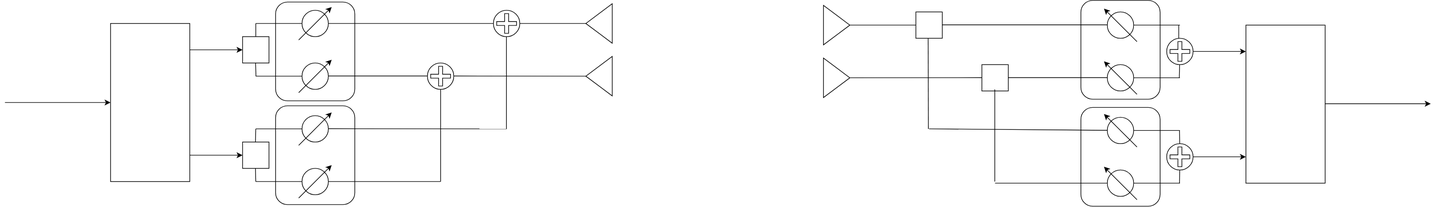
Before: MIMO/ブロック図.drawio.svg, a diagram exported from draw.io (ryoww/seminar). Source tidied: cells renumbered, new cells last; positions are measured from the earlier drawing's top-left corner, leaving out a move shared by most shapes.
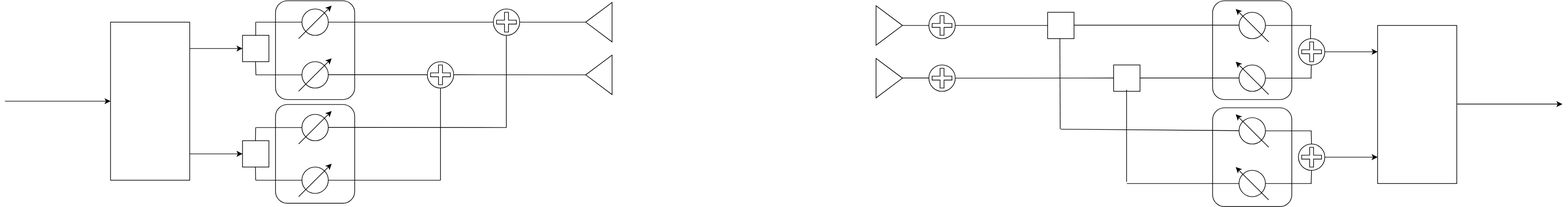
After the change.

Diff of the diagram source:
```diff
@@ -9,10 +9,10 @@
       <mxGeometry x="410" y="2.5" width="120" height="150" as="geometry" />
     </mxCell>
     <mxCell id="4" style="rounded=1;whiteSpace=wrap;html=1;" parent="1" vertex="1">
-      <mxGeometry x="1630" y="162.5" width="120" height="150" as="geometry" />
+      <mxGeometry x="1830" y="165" width="120" height="150" as="geometry" />
     </mxCell>
     <mxCell id="5" style="rounded=1;whiteSpace=wrap;html=1;" parent="1" vertex="1">
-      <mxGeometry x="1630" width="120" height="150" as="geometry" />
+      <mxGeometry x="1830" y="2.5" width="120" height="150" as="geometry" />
     </mxCell>
     <mxCell id="6" style="rounded=0;whiteSpace=wrap;html=1;" parent="1" vertex="1">
       <mxGeometry x="160" y="35" width="120" height="240" as="geometry" />
@@ -183,174 +183,172 @@
       <mxGeometry x="645" y="100" width="30" height="30" as="geometry" />
     </mxCell>
     <mxCell id="41" style="rounded=0;whiteSpace=wrap;html=1;direction=east;flipH=0;" parent="1" vertex="1">
-      <mxGeometry x="1880" y="37.5" width="120" height="240" as="geometry" />
+      <mxGeometry x="2080" y="40" width="120" height="240" as="geometry" />
     </mxCell>
     <mxCell id="42" style="endArrow=classic;html=1;rounded=0;" parent="1" edge="1">
       <mxGeometry relative="1" as="geometry">
-        <mxPoint x="1800" y="237.5" as="sourcePoint" />
-        <mxPoint x="1880" y="237.5" as="targetPoint" />
+        <mxPoint x="2000" y="240" as="sourcePoint" />
+        <mxPoint x="2080" y="240" as="targetPoint" />
       </mxGeometry>
     </mxCell>
     <mxCell id="43" style="endArrow=classic;html=1;rounded=0;" parent="1" edge="1">
       <mxGeometry relative="1" as="geometry">
-        <mxPoint x="1800" y="77.5" as="sourcePoint" />
-        <mxPoint x="1880" y="77.5" as="targetPoint" />
+        <mxPoint x="2000" y="80" as="sourcePoint" />
+        <mxPoint x="2080" y="80" as="targetPoint" />
       </mxGeometry>
     </mxCell>
     <mxCell id="44" style="rounded=0;whiteSpace=wrap;html=1;direction=east;flipH=0;" parent="1" vertex="1">
-      <mxGeometry x="1380" y="17.5" width="40" height="40" as="geometry" />
+      <mxGeometry x="1580" y="20" width="40" height="40" as="geometry" />
     </mxCell>
     <mxCell id="45" style="rounded=0;whiteSpace=wrap;html=1;direction=east;flipH=0;" parent="1" vertex="1">
-      <mxGeometry x="1480" y="97.5" width="40" height="40" as="geometry" />
+      <mxGeometry x="1680" y="100" width="40" height="40" as="geometry" />
     </mxCell>
     <mxCell id="46" style="endArrow=none;html=1;rounded=0;" parent="1" edge="1">
       <mxGeometry relative="1" as="geometry">
-        <mxPoint x="1778.3" y="57.5" as="sourcePoint" />
-        <mxPoint x="1778.3" y="37.5" as="targetPoint" />
+        <mxPoint x="1978.3" y="60" as="sourcePoint" />
+        <mxPoint x="1978.3" y="40" as="targetPoint" />
       </mxGeometry>
     </mxCell>
     <mxCell id="47" style="endArrow=none;html=1;rounded=0;" parent="1" edge="1">
       <mxGeometry relative="1" as="geometry">
-        <mxPoint x="1779.1" y="117.5" as="sourcePoint" />
-        <mxPoint x="1779.6" y="97.5" as="targetPoint" />
+        <mxPoint x="1979.1" y="120" as="sourcePoint" />
+        <mxPoint x="1979.6" y="100" as="targetPoint" />
       </mxGeometry>
     </mxCell>
     <mxCell id="48" style="endArrow=none;html=1;rounded=0;" parent="1" edge="1">
       <mxGeometry relative="1" as="geometry">
-        <mxPoint x="1779.8" y="217.5" as="sourcePoint" />
-        <mxPoint x="1779.3" y="197.5" as="targetPoint" />
+        <mxPoint x="1979.8" y="220" as="sourcePoint" />
+        <mxPoint x="1979.3" y="200" as="targetPoint" />
       </mxGeometry>
     </mxCell>
     <mxCell id="49" style="endArrow=none;html=1;rounded=0;" parent="1" edge="1">
       <mxGeometry relative="1" as="geometry">
-        <mxPoint x="1779.3" y="277.5" as="sourcePoint" />
-        <mxPoint x="1779.8" y="257.5" as="targetPoint" />
+        <mxPoint x="1979.3" y="280" as="sourcePoint" />
+        <mxPoint x="1979.8" y="260" as="targetPoint" />
       </mxGeometry>
     </mxCell>
     <mxCell id="50" style="endArrow=none;html=1;rounded=0;" parent="1" edge="1">
       <mxGeometry relative="1" as="geometry">
-        <mxPoint x="1780" y="37.5" as="sourcePoint" />
-        <mxPoint x="1710" y="37.5" as="targetPoint" />
+        <mxPoint x="1980" y="40" as="sourcePoint" />
+        <mxPoint x="1910" y="40" as="targetPoint" />
       </mxGeometry>
     </mxCell>
     <mxCell id="51" style="ellipse;whiteSpace=wrap;html=1;direction=south;flipH=0;" parent="1" vertex="1">
-      <mxGeometry x="1670" y="17.5" width="40" height="40" as="geometry" />
+      <mxGeometry x="1870" y="20" width="40" height="40" as="geometry" />
     </mxCell>
     <mxCell id="52" style="endArrow=none;html=1;rounded=0;" parent="1" edge="1">
       <mxGeometry relative="1" as="geometry">
-        <mxPoint x="1780" y="117.5" as="sourcePoint" />
-        <mxPoint x="1710" y="117.5" as="targetPoint" />
+        <mxPoint x="1980" y="120" as="sourcePoint" />
+        <mxPoint x="1910" y="120" as="targetPoint" />
       </mxGeometry>
     </mxCell>
     <mxCell id="53" style="ellipse;whiteSpace=wrap;html=1;direction=south;flipH=0;" parent="1" vertex="1">
-      <mxGeometry x="1670" y="97.5" width="40" height="40" as="geometry" />
+      <mxGeometry x="1870" y="100" width="40" height="40" as="geometry" />
     </mxCell>
     <mxCell id="54" style="endArrow=none;html=1;rounded=0;" parent="1" edge="1">
       <mxGeometry relative="1" as="geometry">
-        <mxPoint x="1780" y="197.5" as="sourcePoint" />
-        <mxPoint x="1710" y="197.5" as="targetPoint" />
+        <mxPoint x="1980" y="200" as="sourcePoint" />
+        <mxPoint x="1910" y="200" as="targetPoint" />
       </mxGeometry>
     </mxCell>
     <mxCell id="55" style="ellipse;whiteSpace=wrap;html=1;direction=south;flipH=0;" parent="1" vertex="1">
-      <mxGeometry x="1670" y="177.5" width="40" height="40" as="geometry" />
+      <mxGeometry x="1870" y="180" width="40" height="40" as="geometry" />
     </mxCell>
     <mxCell id="56" style="endArrow=none;html=1;rounded=0;" parent="1" edge="1">
       <mxGeometry relative="1" as="geometry">
-        <mxPoint x="1780" y="277.5" as="sourcePoint" />
-        <mxPoint x="1710" y="277.5" as="targetPoint" />
+        <mxPoint x="1980" y="280" as="sourcePoint" />
+        <mxPoint x="1910" y="280" as="targetPoint" />
       </mxGeometry>
     </mxCell>
     <mxCell id="57" style="ellipse;whiteSpace=wrap;html=1;direction=south;flipH=0;" parent="1" vertex="1">
-      <mxGeometry x="1670" y="257.5" width="40" height="40" as="geometry" />
+      <mxGeometry x="1870" y="260" width="40" height="40" as="geometry" />
     </mxCell>
     <mxCell id="58" style="ellipse;whiteSpace=wrap;html=1;direction=south;flipH=0;" parent="1" vertex="1">
-      <mxGeometry x="1760" y="217.5" width="40" height="40" as="geometry" />
+      <mxGeometry x="1960" y="220" width="40" height="40" as="geometry" />
     </mxCell>
     <mxCell id="59" style="endArrow=none;html=1;rounded=0;" parent="1" edge="1">
       <mxGeometry relative="1" as="geometry">
-        <mxPoint x="1670" y="117.3" as="sourcePoint" />
-        <mxPoint x="1520" y="117.3" as="targetPoint" />
+        <mxPoint x="1870" y="119.8" as="sourcePoint" />
+        <mxPoint x="1720" y="119.8" as="targetPoint" />
       </mxGeometry>
     </mxCell>
     <mxCell id="60" style="endArrow=classic;html=1;rounded=0;" parent="1" edge="1">
       <mxGeometry relative="1" as="geometry">
-        <mxPoint x="1715" y="62.5" as="sourcePoint" />
-        <mxPoint x="1665" y="12.5" as="targetPoint" />
+        <mxPoint x="1915" y="65" as="sourcePoint" />
+        <mxPoint x="1865" y="15" as="targetPoint" />
       </mxGeometry>
     </mxCell>
     <mxCell id="61" style="endArrow=classic;html=1;rounded=0;" parent="1" edge="1">
       <mxGeometry relative="1" as="geometry">
-        <mxPoint x="1715" y="142.5" as="sourcePoint" />
-        <mxPoint x="1665" y="92.5" as="targetPoint" />
+        <mxPoint x="1915" y="145" as="sourcePoint" />
+        <mxPoint x="1865" y="95" as="targetPoint" />
       </mxGeometry>
     </mxCell>
     <mxCell id="62" style="endArrow=classic;html=1;rounded=0;" parent="1" edge="1">
       <mxGeometry relative="1" as="geometry">
-        <mxPoint x="1715" y="222.5" as="sourcePoint" />
-        <mxPoint x="1665" y="172.5" as="targetPoint" />
+        <mxPoint x="1915" y="225" as="sourcePoint" />
+        <mxPoint x="1865" y="175" as="targetPoint" />
       </mxGeometry>
     </mxCell>
     <mxCell id="63" style="endArrow=classic;html=1;rounded=0;" parent="1" edge="1">
       <mxGeometry relative="1" as="geometry">
-        <mxPoint x="1715" y="302.5" as="sourcePoint" />
-        <mxPoint x="1665" y="252.5" as="targetPoint" />
+        <mxPoint x="1915" y="305" as="sourcePoint" />
+        <mxPoint x="1865" y="255" as="targetPoint" />
       </mxGeometry>
     </mxCell>
     <mxCell id="64" style="endArrow=none;html=1;rounded=0;" parent="1" edge="1">
       <mxGeometry relative="1" as="geometry">
-        <mxPoint x="1670" y="277.5" as="sourcePoint" />
-        <mxPoint x="1500" y="277.5" as="targetPoint" />
+        <mxPoint x="1870" y="280" as="sourcePoint" />
+        <mxPoint x="1700" y="280" as="targetPoint" />
       </mxGeometry>
     </mxCell>
     <mxCell id="65" style="endArrow=none;html=1;rounded=0;" parent="1" edge="1">
       <mxGeometry relative="1" as="geometry">
-        <mxPoint x="1670" y="197.3" as="sourcePoint" />
-        <mxPoint x="1400" y="195" as="targetPoint" />
+        <mxPoint x="1870" y="199.8" as="sourcePoint" />
+        <mxPoint x="1600" y="197.5" as="targetPoint" />
       </mxGeometry>
     </mxCell>
     <mxCell id="66" style="ellipse;whiteSpace=wrap;html=1;direction=south;flipH=0;" parent="1" vertex="1">
-      <mxGeometry x="1760" y="57.5" width="40" height="40" as="geometry" />
+      <mxGeometry x="1960" y="60" width="40" height="40" as="geometry" />
     </mxCell>
     <mxCell id="67" style="endArrow=none;html=1;rounded=0;exitX=1;exitY=0.5;exitDx=0;exitDy=0;" parent="1" edge="1">
       <mxGeometry relative="1" as="geometry">
-        <mxPoint x="1398.6" y="57.5" as="sourcePoint" />
-        <mxPoint x="1399" y="195" as="targetPoint" />
+        <mxPoint x="1598.6" y="60" as="sourcePoint" />
+        <mxPoint x="1599" y="197.5" as="targetPoint" />
       </mxGeometry>
     </mxCell>
-    <mxCell id="68" style="endArrow=none;html=1;rounded=0;" parent="1" edge="1">
+    <mxCell id="68" style="endArrow=none;html=1;rounded=0;entryX=0.5;entryY=0;entryDx=0;entryDy=0;" parent="1" edge="1" target="78">
       <mxGeometry relative="1" as="geometry">
-        <mxPoint x="1480" y="117.3" as="sourcePoint" />
-        <mxPoint x="1280" y="117.5" as="targetPoint" />
+        <mxPoint x="1680" y="119.8" as="sourcePoint" />
       </mxGeometry>
     </mxCell>
-    <mxCell id="69" style="endArrow=none;html=1;rounded=0;" parent="1" edge="1">
+    <mxCell id="69" style="endArrow=none;html=1;rounded=0;entryX=0.5;entryY=0;entryDx=0;entryDy=0;" parent="1" edge="1" target="80">
       <mxGeometry relative="1" as="geometry">
-        <mxPoint x="1380" y="37.5" as="sourcePoint" />
-        <mxPoint x="1280" y="37.5" as="targetPoint" />
+        <mxPoint x="1580" y="40" as="sourcePoint" />
       </mxGeometry>
     </mxCell>
     <mxCell id="70" style="triangle;whiteSpace=wrap;html=1;direction=west;flipH=1;" parent="1" vertex="1">
-      <mxGeometry x="1240" y="7.5" width="40" height="60" as="geometry" />
+      <mxGeometry x="1320" y="10" width="40" height="60" as="geometry" />
     </mxCell>
     <mxCell id="71" style="triangle;whiteSpace=wrap;html=1;direction=west;flipH=1;" parent="1" vertex="1">
-      <mxGeometry x="1240" y="87.5" width="40" height="60" as="geometry" />
+      <mxGeometry x="1320" y="90" width="40" height="60" as="geometry" />
     </mxCell>
     <mxCell id="72" style="shape=cross;whiteSpace=wrap;html=1;direction=east;flipH=0;" parent="1" vertex="1">
-      <mxGeometry x="1765" y="62.5" width="30" height="30" as="geometry" />
+      <mxGeometry x="1965" y="65" width="30" height="30" as="geometry" />
     </mxCell>
     <mxCell id="73" style="shape=cross;whiteSpace=wrap;html=1;direction=east;flipH=0;" parent="1" vertex="1">
-      <mxGeometry x="1765" y="222.5" width="30" height="30" as="geometry" />
+      <mxGeometry x="1965" y="225" width="30" height="30" as="geometry" />
     </mxCell>
     <mxCell id="74" style="endArrow=none;html=1;rounded=0;entryX=0.5;entryY=1;entryDx=0;entryDy=0;" parent="1" edge="1">
       <mxGeometry relative="1" as="geometry">
-        <mxPoint x="1420" y="37.1" as="sourcePoint" />
-        <mxPoint x="1670" y="37.1" as="targetPoint" />
+        <mxPoint x="1620" y="39.6" as="sourcePoint" />
+        <mxPoint x="1870" y="39.6" as="targetPoint" />
       </mxGeometry>
     </mxCell>
     <mxCell id="75" style="endArrow=none;html=1;rounded=0;exitX=1;exitY=0.5;exitDx=0;exitDy=0;" parent="1" edge="1">
       <mxGeometry relative="1" as="geometry">
-        <mxPoint x="1499.6" y="135" as="sourcePoint" />
-        <mxPoint x="1499.6" y="275" as="targetPoint" />
+        <mxPoint x="1699.6" y="137.5" as="sourcePoint" />
+        <mxPoint x="1699.6" y="277.5" as="targetPoint" />
       </mxGeometry>
     </mxCell>
     <mxCell id="76" style="endArrow=classic;html=1;rounded=0;" parent="1" edge="1">
@@ -361,9 +359,30 @@
     </mxCell>
     <mxCell id="77" style="endArrow=classic;html=1;rounded=0;entryX=0;entryY=0.5;entryDx=0;entryDy=0;" parent="1" edge="1">
       <mxGeometry relative="1" as="geometry">
-        <mxPoint x="2000" y="156.9" as="sourcePoint" />
-        <mxPoint x="2160" y="156.9" as="targetPoint" />
+        <mxPoint x="2200" y="159.4" as="sourcePoint" />
+        <mxPoint x="2360" y="159.4" as="targetPoint" />
       </mxGeometry>
     </mxCell>
+    <mxCell id="78" style="ellipse;whiteSpace=wrap;html=1;direction=south;flipH=0;" parent="1" vertex="1">
+      <mxGeometry x="1400" y="100" width="40" height="40" as="geometry" />
+    </mxCell>
+    <mxCell id="79" style="shape=cross;whiteSpace=wrap;html=1;direction=east;flipH=0;" parent="1" vertex="1">
+      <mxGeometry x="1405" y="105" width="30" height="30" as="geometry" />
+    </mxCell>
+    <mxCell id="80" style="ellipse;whiteSpace=wrap;html=1;direction=south;flipH=0;" parent="1" vertex="1">
+      <mxGeometry x="1400" y="20" width="40" height="40" as="geometry" />
+    </mxCell>
+    <mxCell id="81" style="shape=cross;whiteSpace=wrap;html=1;direction=east;flipH=0;" parent="1" vertex="1">
+      <mxGeometry x="1405" y="25" width="30" height="30" as="geometry" />
+    </mxCell>
+    <mxCell id="82" style="endArrow=none;html=1;rounded=0;entryX=0;entryY=0.5;entryDx=0;entryDy=0;exitX=0.5;exitY=1;exitDx=0;exitDy=0;" parent="1" edge="1" source="80" target="70">
+      <mxGeometry relative="1" as="geometry" />
+    </mxCell>
+    <mxCell id="83" style="endArrow=none;html=1;rounded=0;entryX=0;entryY=0.5;entryDx=0;entryDy=0;exitX=0.5;exitY=1;exitDx=0;exitDy=0;" parent="1" edge="1">
+      <mxGeometry relative="1" as="geometry">
+        <mxPoint x="1400" y="119.8" as="sourcePoint" />
+        <mxPoint x="1360" y="119.8" as="targetPoint" />
+      </mxGeometry>
+    </mxCell>
   </root>
 </mxGraphModel>
```
